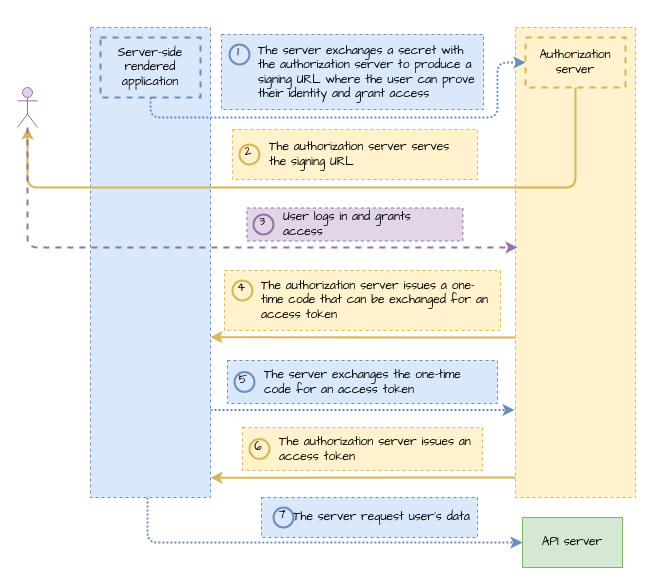
This is page "auth_code_flow" (1 of 3) of auth_workshop.drawio from abunuwas/conferences-images, a draw.io file, before an edit. Source tidied: cells renumbered, new cells numbered last; positions are measured from the earlier drawing's top-left corner, leaving out a move shared by most shapes. Both pictures are drawn from the tidied source at 100%, with x=0, y=0 at pixel (17, 27).
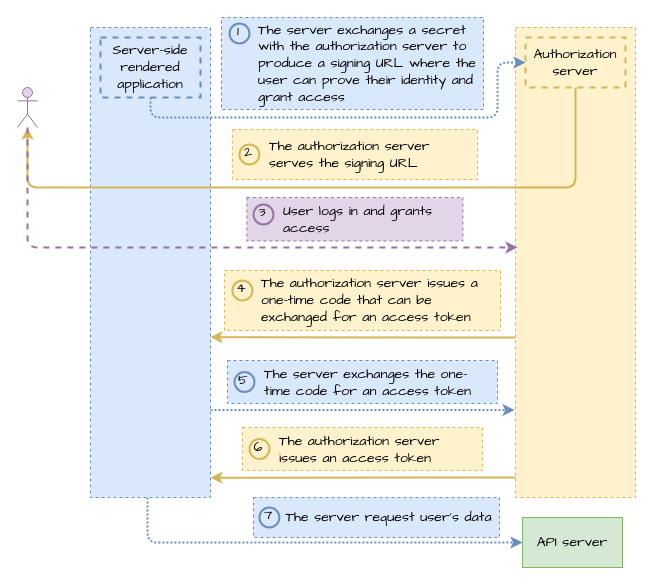
After the change.

Diff of the diagram source:
```diff
@@
-    <mxCell id="2" style="edgeStyle=orthogonalEdgeStyle;rounded=1;jettySize=auto;html=1;entryX=1;entryY=0.659;entryDx=0;entryDy=0;entryPerimeter=0;strokeColor=#d6b656;strokeWidth=2;fillColor=#fff2cc;fontFamily=Comic Sans MS;" parent="1" edge="1" source="4" target="7">
+    <mxCell id="2" style="edgeStyle=orthogonalEdgeStyle;rounded=1;jettySize=auto;html=1;entryX=1;entryY=0.659;entryDx=0;entryDy=0;entryPerimeter=0;strokeColor=#d6b656;strokeWidth=2;fillColor=#fff2cc;fontFamily=Comic Sans MS;fontSize=14;" parent="1" edge="1" source="4" target="7">
       <mxGeometry relative="1" as="geometry">
         <Array as="points">
           <mxPoint x="420" y="310" />
           <mxPoint x="420" y="310" />
         </Array>
       </mxGeometry>
     </mxCell>
-    <mxCell id="3" style="edgeStyle=orthogonalEdgeStyle;rounded=1;jettySize=auto;html=1;entryX=1;entryY=0.958;entryDx=0;entryDy=0;entryPerimeter=0;strokeColor=#d6b656;strokeWidth=2;fillColor=#fff2cc;fontFamily=Comic Sans MS;" parent="1" edge="1" source="4" target="7">
+    <mxCell id="3" style="edgeStyle=orthogonalEdgeStyle;rounded=1;jettySize=auto;html=1;entryX=1;entryY=0.958;entryDx=0;entryDy=0;entryPerimeter=0;strokeColor=#d6b656;strokeWidth=2;fillColor=#fff2cc;fontFamily=Comic Sans MS;fontSize=14;" parent="1" edge="1" source="4" target="7">
       <mxGeometry relative="1" as="geometry">
         <Array as="points">
           <mxPoint x="400" y="450" />
           <mxPoint x="400" y="450" />
         </Array>
       </mxGeometry>
     </mxCell>
-    <mxCell id="4" style="rounded=0;whiteSpace=wrap;html=1;strokeColor=#d6b656;dashed=1;fillColor=#fff2cc;fontFamily=Comic Sans MS;" parent="1" vertex="1">
+    <mxCell id="4" style="rounded=0;whiteSpace=wrap;html=1;strokeColor=#d6b656;dashed=1;fillColor=#fff2cc;fontFamily=Comic Sans MS;fontSize=14;" parent="1" vertex="1">
       <mxGeometry x="498" width="120" height="470" as="geometry" />
     </mxCell>
-    <mxCell id="5" style="edgeStyle=orthogonalEdgeStyle;rounded=1;jettySize=auto;html=1;entryX=0;entryY=0.5;entryDx=0;entryDy=0;fillColor=#dae8fc;strokeColor=#6c8ebf;strokeWidth=2;dashed=1;dashPattern=1 1;fontFamily=Comic Sans MS;" parent="1" edge="1" target="10">
+    <mxCell id="5" style="edgeStyle=orthogonalEdgeStyle;rounded=1;jettySize=auto;html=1;entryX=0;entryY=0.5;entryDx=0;entryDy=0;fillColor=#dae8fc;strokeColor=#6c8ebf;strokeWidth=2;dashed=1;dashPattern=1 1;fontFamily=Comic Sans MS;fontSize=14;" parent="1" edge="1" target="10">
       <mxGeometry relative="1" as="geometry">
         <mxPoint x="130" y="470" as="sourcePoint" />
         <Array as="points">
           <mxPoint x="130" y="515" />
         </Array>
       </mxGeometry>
     </mxCell>
-    <mxCell id="6" style="edgeStyle=orthogonalEdgeStyle;rounded=1;jettySize=auto;html=1;entryX=-0.008;entryY=0.814;entryDx=0;entryDy=0;entryPerimeter=0;strokeColor=#6c8ebf;strokeWidth=2;fillColor=#dae8fc;dashed=1;dashPattern=1 1;fontFamily=Comic Sans MS;" parent="1" edge="1" source="7" target="4">
+    <mxCell id="6" style="edgeStyle=orthogonalEdgeStyle;rounded=1;jettySize=auto;html=1;entryX=-0.008;entryY=0.814;entryDx=0;entryDy=0;entryPerimeter=0;strokeColor=#6c8ebf;strokeWidth=2;fillColor=#dae8fc;dashed=1;dashPattern=1 1;fontFamily=Comic Sans MS;fontSize=14;" parent="1" edge="1" source="7" target="4">
       <mxGeometry relative="1" as="geometry">
         <Array as="points">
           <mxPoint x="345" y="383" />
         </Array>
       </mxGeometry>
     </mxCell>
-    <mxCell id="7" style="rounded=0;whiteSpace=wrap;html=1;strokeColor=#6c8ebf;dashed=1;fillColor=#dae8fc;fontFamily=Comic Sans MS;" parent="1" vertex="1">
+    <mxCell id="7" style="rounded=0;whiteSpace=wrap;html=1;strokeColor=#6c8ebf;dashed=1;fillColor=#dae8fc;fontFamily=Comic Sans MS;fontSize=14;" parent="1" vertex="1">
       <mxGeometry x="73" width="120" height="470" as="geometry" />
     </mxCell>
-    <mxCell id="8" style="edgeStyle=orthogonalEdgeStyle;rounded=1;jettySize=auto;html=1;strokeColor=#d6b656;strokeWidth=2;fillColor=#fff2cc;fontFamily=Comic Sans MS;" parent="1" edge="1" source="9" target="17">
+    <mxCell id="8" style="edgeStyle=orthogonalEdgeStyle;rounded=1;jettySize=auto;html=1;strokeColor=#d6b656;strokeWidth=2;fillColor=#fff2cc;fontFamily=Comic Sans MS;fontSize=14;" parent="1" edge="1" source="9" target="17">
       <mxGeometry relative="1" as="geometry">
         <Array as="points">
           <mxPoint x="558" y="160" />
           <mxPoint x="10" y="160" />
         </Array>
       </mxGeometry>
     </mxCell>
-    <mxCell id="9" value="Authorization server" style="rounded=0;whiteSpace=wrap;html=1;dashed=1;fillColor=#fff2cc;strokeColor=#d6b656;strokeWidth=2;fontFamily=Comic Sans MS;" parent="1" vertex="1">
+    <mxCell id="9" value="Authorization server" style="rounded=0;whiteSpace=wrap;html=1;dashed=1;fillColor=#fff2cc;strokeColor=#d6b656;strokeWidth=2;fontFamily=Comic Sans MS;fontSize=14;" parent="1" vertex="1">
       <mxGeometry x="508" y="10" width="100" height="50" as="geometry" />
     </mxCell>
-    <mxCell id="10" value="API server" style="rounded=0;whiteSpace=wrap;html=1;fillColor=#d5e8d4;strokeColor=#82b366;fontFamily=Comic Sans MS;" parent="1" vertex="1">
+    <mxCell id="10" value="API server" style="rounded=0;whiteSpace=wrap;html=1;fillColor=#d5e8d4;strokeColor=#82b366;fontFamily=Comic Sans MS;fontSize=14;" parent="1" vertex="1">
       <mxGeometry x="505" y="490" width="100" height="50" as="geometry" />
     </mxCell>
-    <mxCell id="11" value="&lt;span style=&quot;&quot;&gt;The server exchanges a secret with the authorization server to produce a signing URL where the user can prove their identity and grant access&lt;/span&gt;" style="text;html=1;strokeColor=#6c8ebf;fillColor=#dae8fc;align=left;verticalAlign=middle;whiteSpace=wrap;rounded=0;dashed=1;spacingLeft=35;fontFamily=Comic Sans MS;" parent="1" vertex="1">
-      <mxGeometry x="204" y="7" width="262" height="75" as="geometry" />
+    <mxCell id="11" value="&lt;span style=&quot;font-size: 14px;&quot;&gt;The server exchanges a secret with the authorization server to produce a signing URL where the user can prove their identity and grant access&lt;/span&gt;" style="text;html=1;strokeColor=#6c8ebf;fillColor=#dae8fc;align=left;verticalAlign=middle;whiteSpace=wrap;rounded=0;dashed=1;spacingLeft=35;fontFamily=Comic Sans MS;fontSize=14;" parent="1" vertex="1">
+      <mxGeometry x="204" y="-10" width="262" height="92" as="geometry" />
     </mxCell>
-    <mxCell id="12" value="1" style="ellipse;whiteSpace=wrap;html=1;strokeWidth=2;fontFamily=Comic Sans MS;spacingBottom=4;spacingRight=2;strokeColor=#6c8ebf;fillColor=#dae8fc;" parent="1" vertex="1">
-      <mxGeometry x="212" y="17" width="20" height="20" as="geometry" />
+    <mxCell id="12" value="1" style="ellipse;whiteSpace=wrap;html=1;strokeWidth=2;fontFamily=Comic Sans MS;spacingBottom=4;spacingRight=2;strokeColor=#6c8ebf;fillColor=#dae8fc;fontSize=14;" parent="1" vertex="1">
+      <mxGeometry x="212" y="-4" width="20" height="20" as="geometry" />
     </mxCell>
-    <mxCell id="13" value="&lt;span style=&quot;text-align: center;&quot;&gt;The authorization server serves the signing URL&lt;/span&gt;" style="text;html=1;strokeColor=#d6b656;fillColor=#fff2cc;align=left;verticalAlign=middle;whiteSpace=wrap;rounded=0;dashed=1;spacingLeft=35;spacingRight=10;fontFamily=Comic Sans MS;" parent="1" vertex="1">
+    <mxCell id="13" value="&lt;span style=&quot;text-align: center; font-size: 14px;&quot;&gt;The authorization server serves the signing URL&lt;/span&gt;" style="text;html=1;strokeColor=#d6b656;fillColor=#fff2cc;align=left;verticalAlign=middle;whiteSpace=wrap;rounded=0;dashed=1;spacingLeft=35;spacingRight=10;fontFamily=Comic Sans MS;fontSize=14;" parent="1" vertex="1">
       <mxGeometry x="214.9" y="102" width="245.1" height="50" as="geometry" />
     </mxCell>
-    <mxCell id="14" value="2" style="ellipse;whiteSpace=wrap;html=1;strokeWidth=2;fontFamily=Comic Sans MS;spacingBottom=4;spacingRight=2;strokeColor=#d6b656;fillColor=#fff2cc;" parent="1" vertex="1">
+    <mxCell id="14" value="2" style="ellipse;whiteSpace=wrap;html=1;strokeWidth=2;fontFamily=Comic Sans MS;spacingBottom=4;spacingRight=2;strokeColor=#d6b656;fillColor=#fff2cc;fontSize=14;" parent="1" vertex="1">
       <mxGeometry x="221.9" y="117" width="20" height="20" as="geometry" />
     </mxCell>
-    <mxCell id="15" value="The server request user's data" style="text;html=1;strokeColor=#6c8ebf;fillColor=#dae8fc;align=center;verticalAlign=middle;whiteSpace=wrap;rounded=0;dashed=1;spacingLeft=25;fontFamily=Comic Sans MS;" parent="1" vertex="1">
-      <mxGeometry x="244" y="470" width="216" height="40" as="geometry" />
+    <mxCell id="15" value="The server request user's data" style="text;html=1;strokeColor=#6c8ebf;fillColor=#dae8fc;align=center;verticalAlign=middle;whiteSpace=wrap;rounded=0;dashed=1;spacingLeft=25;fontFamily=Comic Sans MS;fontSize=14;" parent="1" vertex="1">
+      <mxGeometry x="236" y="470" width="246" height="40" as="geometry" />
     </mxCell>
-    <mxCell id="16" style="edgeStyle=orthogonalEdgeStyle;rounded=1;jettySize=auto;html=1;entryX=0.017;entryY=0.468;entryDx=0;entryDy=0;entryPerimeter=0;strokeColor=#9673a6;strokeWidth=2;fillColor=#e1d5e7;dashed=1;fontFamily=Comic Sans MS;" parent="1" edge="1" source="17" target="4">
+    <mxCell id="16" style="edgeStyle=orthogonalEdgeStyle;rounded=1;jettySize=auto;html=1;entryX=0.017;entryY=0.468;entryDx=0;entryDy=0;entryPerimeter=0;strokeColor=#9673a6;strokeWidth=2;fillColor=#e1d5e7;dashed=1;fontFamily=Comic Sans MS;fontSize=14;" parent="1" edge="1" source="17" target="4">
       <mxGeometry relative="1" as="geometry">
         <Array as="points">
           <mxPoint x="10" y="220" />
         </Array>
       </mxGeometry>
     </mxCell>
-    <mxCell id="17" style="shape=umlActor;verticalLabelPosition=bottom;verticalAlign=top;html=1;outlineConnect=0;strokeColor=#9673a6;strokeWidth=1;fillColor=#e1d5e7;fontFamily=Comic Sans MS;" parent="1" vertex="1">
+    <mxCell id="17" style="shape=umlActor;verticalLabelPosition=bottom;verticalAlign=top;html=1;outlineConnect=0;strokeColor=#9673a6;strokeWidth=1;fillColor=#e1d5e7;fontFamily=Comic Sans MS;fontSize=14;" parent="1" vertex="1">
       <mxGeometry y="60" width="20" height="40" as="geometry" />
     </mxCell>
-    <mxCell id="18" value="&lt;span style=&quot;&quot;&gt;User logs in and grants access&lt;/span&gt;" style="text;html=1;strokeColor=#9673a6;fillColor=#e1d5e7;align=left;verticalAlign=middle;whiteSpace=wrap;rounded=0;dashed=1;spacingLeft=35;spacingRight=10;fontFamily=Comic Sans MS;" parent="1" vertex="1">
-      <mxGeometry x="229.4" y="180.5" width="216" height="33" as="geometry" />
+    <mxCell id="18" value="&lt;span style=&quot;font-size: 14px;&quot;&gt;User logs in and grants access&lt;/span&gt;" style="text;html=1;strokeColor=#9673a6;fillColor=#e1d5e7;align=left;verticalAlign=middle;whiteSpace=wrap;rounded=0;dashed=1;spacingLeft=35;spacingRight=10;fontFamily=Comic Sans MS;fontSize=14;" parent="1" vertex="1">
+      <mxGeometry x="229.4" y="170" width="216" height="43.5" as="geometry" />
     </mxCell>
-    <mxCell id="19" value="&lt;span style=&quot;&quot;&gt;The authorization server issues a one-time code that can be exchanged for an access token&lt;/span&gt;" style="text;html=1;strokeColor=#d6b656;fillColor=#fff2cc;align=left;verticalAlign=middle;whiteSpace=wrap;rounded=0;dashed=1;spacingLeft=35;spacingRight=10;fontFamily=Comic Sans MS;" parent="1" vertex="1">
+    <mxCell id="19" value="&lt;span style=&quot;font-size: 14px;&quot;&gt;The authorization server issues a one-time code that can be exchanged for an access token&lt;/span&gt;" style="text;html=1;strokeColor=#d6b656;fillColor=#fff2cc;align=left;verticalAlign=middle;whiteSpace=wrap;rounded=0;dashed=1;spacingLeft=35;spacingRight=10;fontFamily=Comic Sans MS;fontSize=14;" parent="1" vertex="1">
       <mxGeometry x="207" y="243" width="276" height="60" as="geometry" />
     </mxCell>
-    <mxCell id="20" value="&lt;span style=&quot;&quot;&gt;The server exchanges the one-time code for an access token&lt;/span&gt;" style="text;html=1;strokeColor=#6c8ebf;fillColor=#dae8fc;align=left;verticalAlign=middle;whiteSpace=wrap;rounded=0;dashed=1;spacingLeft=35;spacingRight=10;fontFamily=Comic Sans MS;" parent="1" vertex="1">
+    <mxCell id="20" value="&lt;span style=&quot;font-size: 14px;&quot;&gt;The server exchanges the one-time code for an access token&lt;/span&gt;" style="text;html=1;strokeColor=#6c8ebf;fillColor=#dae8fc;align=left;verticalAlign=middle;whiteSpace=wrap;rounded=0;dashed=1;spacingLeft=35;spacingRight=10;fontFamily=Comic Sans MS;fontSize=14;" parent="1" vertex="1">
       <mxGeometry x="210" y="333" width="270" height="43" as="geometry" />
     </mxCell>
-    <mxCell id="21" value="&lt;span style=&quot;&quot;&gt;The authorization server issues an access token&lt;/span&gt;" style="text;html=1;strokeColor=#d6b656;fillColor=#fff2cc;align=left;verticalAlign=middle;whiteSpace=wrap;rounded=0;dashed=1;spacingLeft=35;spacingRight=10;fontFamily=Comic Sans MS;" parent="1" vertex="1">
+    <mxCell id="21" value="&lt;span style=&quot;font-size: 14px;&quot;&gt;The authorization server issues an access token&lt;/span&gt;" style="text;html=1;strokeColor=#d6b656;fillColor=#fff2cc;align=left;verticalAlign=middle;whiteSpace=wrap;rounded=0;dashed=1;spacingLeft=35;spacingRight=10;fontFamily=Comic Sans MS;fontSize=14;" parent="1" vertex="1">
       <mxGeometry x="225" y="400" width="240" height="43" as="geometry" />
     </mxCell>
-    <mxCell id="22" style="edgeStyle=orthogonalEdgeStyle;rounded=1;jettySize=auto;html=1;strokeColor=#6c8ebf;strokeWidth=2;fillColor=#dae8fc;dashed=1;dashPattern=1 1;fontFamily=Comic Sans MS;" parent="1" edge="1" source="23" target="9">
+    <mxCell id="22" style="edgeStyle=orthogonalEdgeStyle;rounded=1;jettySize=auto;html=1;strokeColor=#6c8ebf;strokeWidth=2;fillColor=#dae8fc;dashed=1;dashPattern=1 1;fontFamily=Comic Sans MS;fontSize=14;" parent="1" edge="1" source="23" target="9">
       <mxGeometry relative="1" as="geometry">
         <Array as="points">
           <mxPoint x="133" y="90" />
           <mxPoint x="480" y="90" />
           <mxPoint x="480" y="35" />
         </Array>
       </mxGeometry>
     </mxCell>
-    <mxCell id="23" value="Server-side rendered application" style="rounded=0;whiteSpace=wrap;html=1;dashed=1;fillColor=#dae8fc;strokeColor=#6c8ebf;strokeWidth=2;fontFamily=Comic Sans MS;" parent="1" vertex="1">
+    <mxCell id="23" value="Server-side rendered application" style="rounded=0;whiteSpace=wrap;html=1;dashed=1;fillColor=#dae8fc;strokeColor=#6c8ebf;strokeWidth=2;fontFamily=Comic Sans MS;fontSize=14;" parent="1" vertex="1">
       <mxGeometry x="83" y="10" width="100" height="60" as="geometry" />
     </mxCell>
-    <mxCell id="24" value="3" style="ellipse;whiteSpace=wrap;html=1;strokeWidth=2;fontFamily=Comic Sans MS;spacingBottom=4;spacingRight=2;strokeColor=#9673a6;fillColor=#e1d5e7;" parent="1" vertex="1">
-      <mxGeometry x="236" y="187" width="20" height="20" as="geometry" />
+    <mxCell id="24" value="3" style="ellipse;whiteSpace=wrap;html=1;strokeWidth=2;fontFamily=Comic Sans MS;spacingBottom=4;spacingRight=2;strokeColor=#9673a6;fillColor=#e1d5e7;fontSize=14;" parent="1" vertex="1">
+      <mxGeometry x="236" y="177" width="20" height="20" as="geometry" />
     </mxCell>
-    <mxCell id="25" value="4" style="ellipse;whiteSpace=wrap;html=1;strokeWidth=2;fontFamily=Comic Sans MS;spacingBottom=4;spacingRight=2;strokeColor=#d6b656;fillColor=#fff2cc;" parent="1" vertex="1">
+    <mxCell id="25" value="4" style="ellipse;whiteSpace=wrap;html=1;strokeWidth=2;fontFamily=Comic Sans MS;spacingBottom=4;spacingRight=2;strokeColor=#d6b656;fillColor=#fff2cc;fontSize=14;" parent="1" vertex="1">
       <mxGeometry x="214.9" y="253" width="20" height="20" as="geometry" />
     </mxCell>
-    <mxCell id="26" value="5" style="ellipse;whiteSpace=wrap;html=1;strokeWidth=2;fontFamily=Comic Sans MS;spacingBottom=4;spacingRight=2;strokeColor=#6c8ebf;fillColor=#dae8fc;" parent="1" vertex="1">
+    <mxCell id="26" value="5" style="ellipse;whiteSpace=wrap;html=1;strokeWidth=2;fontFamily=Comic Sans MS;spacingBottom=4;spacingRight=2;strokeColor=#6c8ebf;fillColor=#dae8fc;fontSize=14;" parent="1" vertex="1">
       <mxGeometry x="217" y="344.5" width="20" height="20" as="geometry" />
     </mxCell>
-    <mxCell id="27" value="6" style="ellipse;whiteSpace=wrap;html=1;strokeWidth=2;fontFamily=Comic Sans MS;spacingBottom=4;spacingRight=2;strokeColor=#d6b656;fillColor=#fff2cc;" parent="1" vertex="1">
+    <mxCell id="27" value="6" style="ellipse;whiteSpace=wrap;html=1;strokeWidth=2;fontFamily=Comic Sans MS;spacingBottom=4;spacingRight=2;strokeColor=#d6b656;fillColor=#fff2cc;fontSize=14;" parent="1" vertex="1">
       <mxGeometry x="232" y="411.5" width="20" height="20" as="geometry" />
     </mxCell>
-    <mxCell id="28" value="7" style="ellipse;whiteSpace=wrap;html=1;strokeWidth=2;fontFamily=Comic Sans MS;spacingBottom=4;spacingRight=2;strokeColor=#6c8ebf;fillColor=#dae8fc;" parent="1" vertex="1">
-      <mxGeometry x="256" y="480" width="20" height="20" as="geometry" />
+    <mxCell id="28" value="7" style="ellipse;whiteSpace=wrap;html=1;strokeWidth=2;fontFamily=Comic Sans MS;spacingBottom=4;spacingRight=2;strokeColor=#6c8ebf;fillColor=#dae8fc;fontSize=14;" parent="1" vertex="1">
+      <mxGeometry x="241.9" y="480" width="20" height="20" as="geometry" />
     </mxCell>
```
